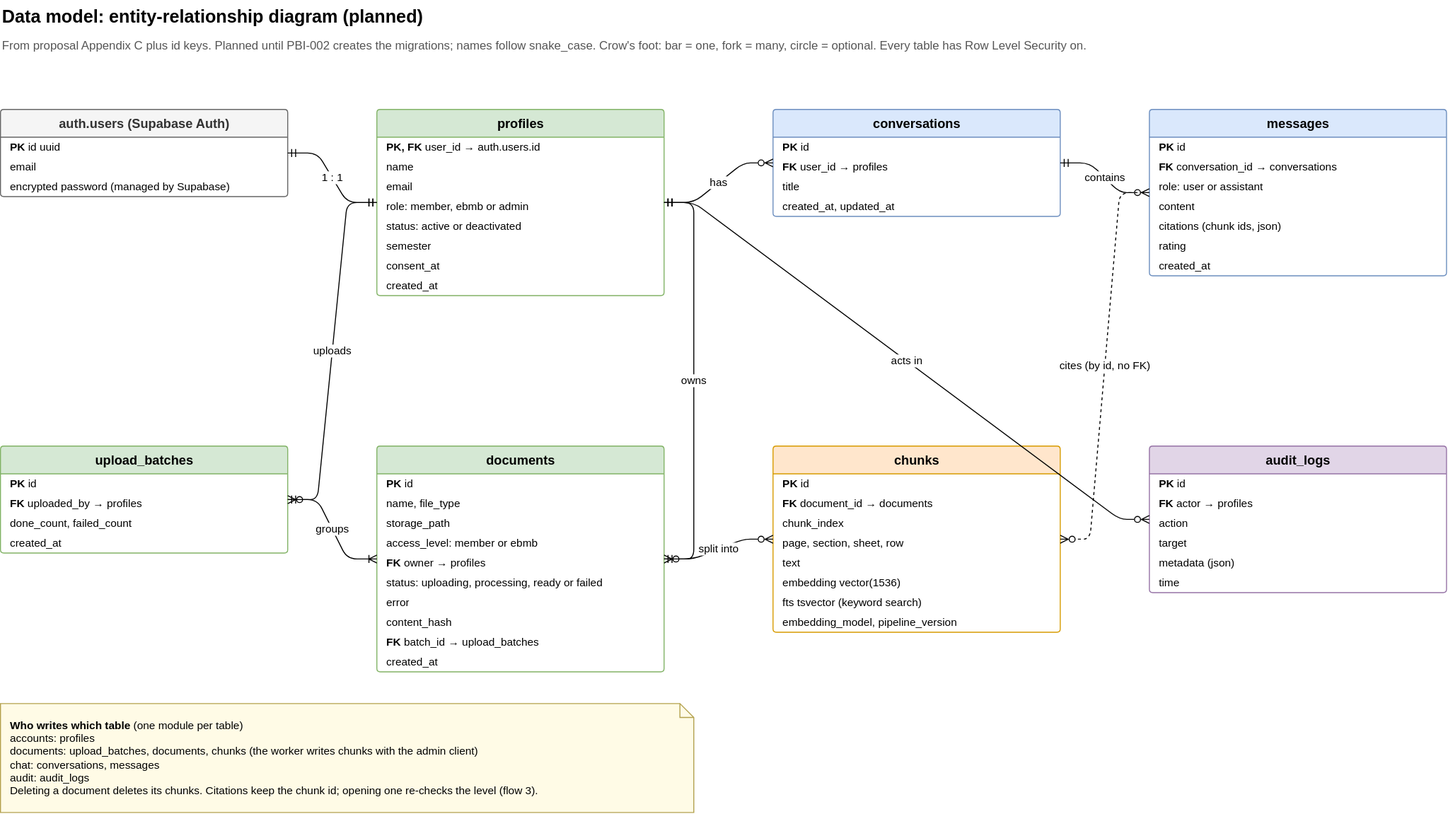
Above: docs/diagrams/er-diagram.drawio.svg in rmitvietnamfintechclub/FinThropic (draw.io), before the change. Source tidied: cells renumbered, new cells last; positions are measured from the earlier drawing's top-left corner, leaving out a move shared by most shapes.
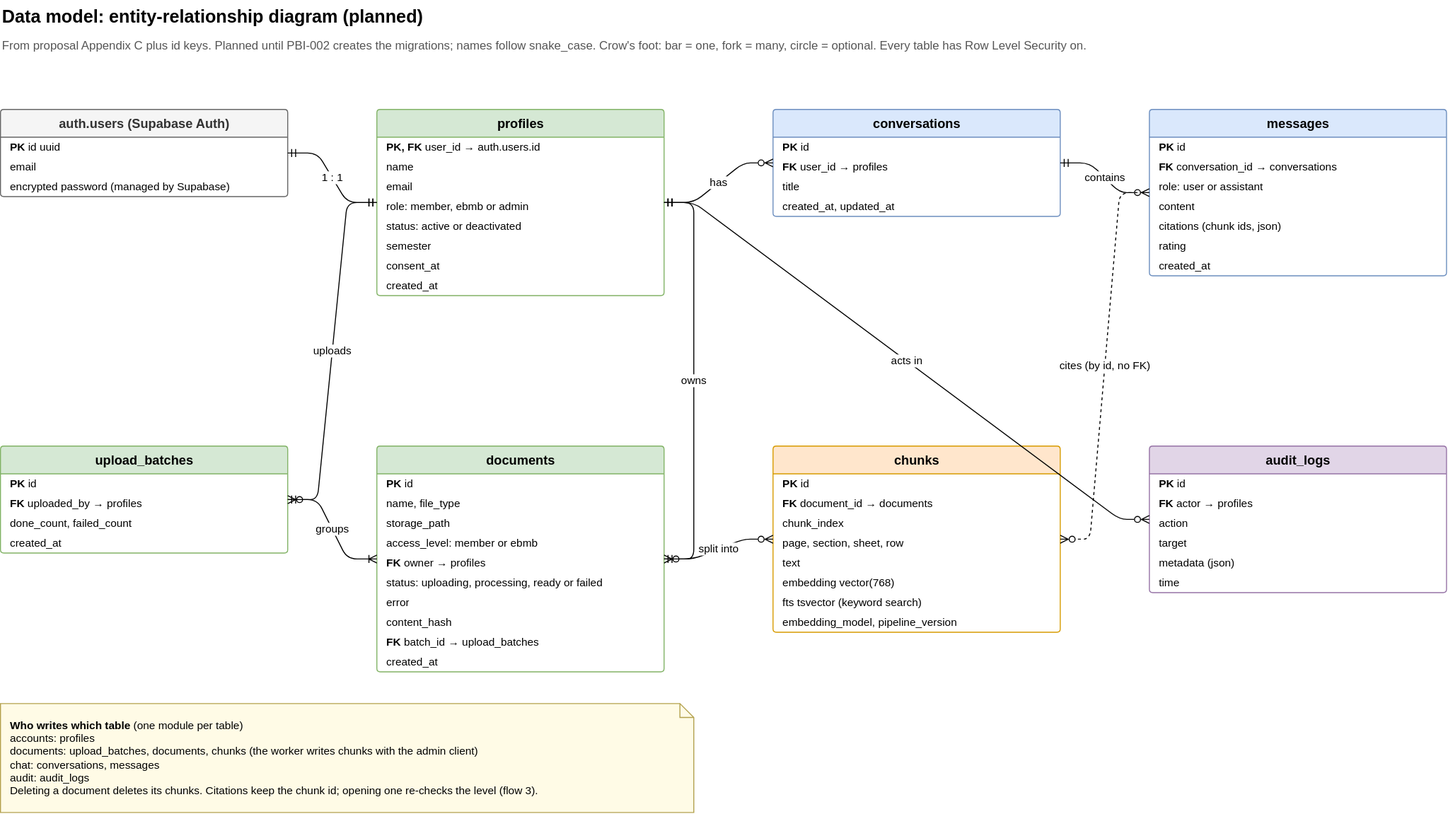
Later version of the same file.

What changed in the source:
```diff
@@ -113,7 +113,7 @@
     <mxCell id="38" value="text" style="text;strokeColor=none;fillColor=none;align=left;verticalAlign=middle;spacingLeft=8;spacingRight=4;overflow=hidden;whiteSpace=wrap;html=1;fontSize=11;" parent="33" vertex="1">
       <mxGeometry y="108" width="290" height="20" as="geometry" />
     </mxCell>
-    <mxCell id="39" value="embedding vector(1536)" style="text;strokeColor=none;fillColor=none;align=left;verticalAlign=middle;spacingLeft=8;spacingRight=4;overflow=hidden;whiteSpace=wrap;html=1;fontSize=11;" parent="33" vertex="1">
+    <mxCell id="39" value="embedding vector(768)" style="text;strokeColor=none;fillColor=none;align=left;verticalAlign=middle;spacingLeft=8;spacingRight=4;overflow=hidden;whiteSpace=wrap;html=1;fontSize=11;" parent="33" vertex="1">
       <mxGeometry y="128" width="290" height="20" as="geometry" />
     </mxCell>
     <mxCell id="40" value="fts tsvector (keyword search)" style="text;strokeColor=none;fillColor=none;align=left;verticalAlign=middle;spacingLeft=8;spacingRight=4;overflow=hidden;whiteSpace=wrap;html=1;fontSize=11;" parent="33" vertex="1">
```
